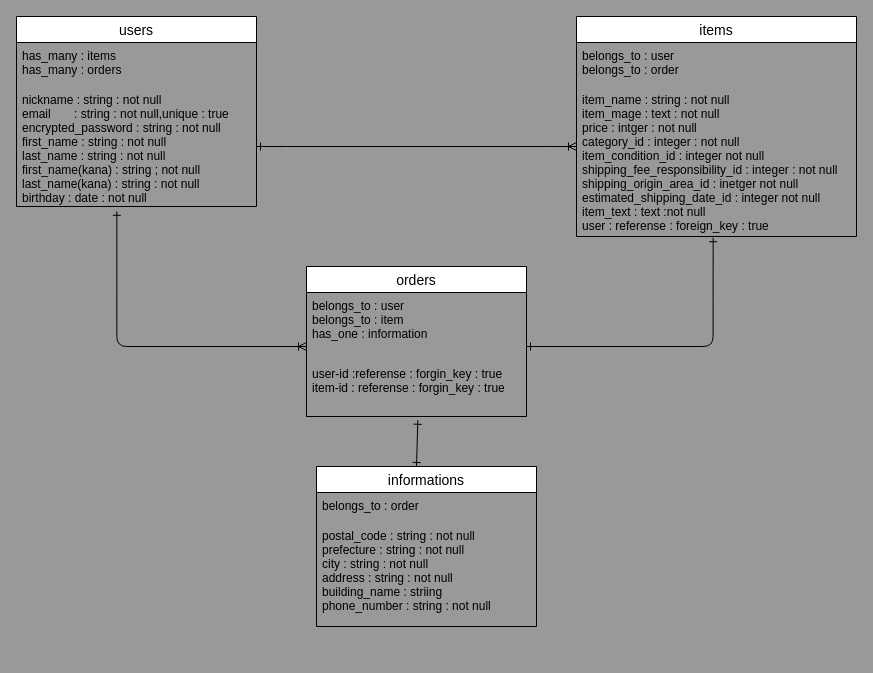
This is furima.dio from ks022564/furima-41030, a draw.io file, before an edit. Source tidied: cells renumbered, new cells numbered last; positions are measured from the earlier drawing's top-left corner, leaving out a move shared by most shapes. Both pictures are drawn from the tidied source at 100%, with x=0, y=0 at pixel (16, 16).
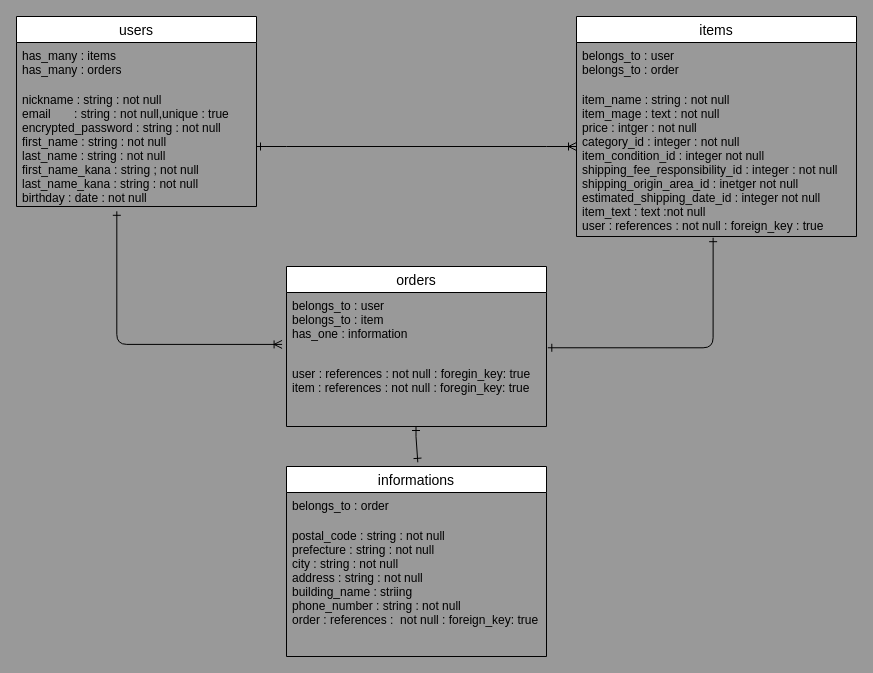
The same diagram, later.

Commit message (it also covers changes not shown here):
ER図、DB設計修正２

The change refers to these unchanged cells:
```xml
<mxCell id="7" value="users" style="swimlane;fontStyle=0;horizontal=1;startSize=26;align=center;fontSize=14;" parent="1" vertex="1">
  <mxGeometry width="240" height="190" as="geometry" />
</mxCell>
<mxCell id="10" value="items" style="swimlane;fontStyle=0;horizontal=1;startSize=26;align=center;fontSize=14;" parent="1" vertex="1">
  <mxGeometry x="560" width="280" height="220" as="geometry" />
</mxCell>
```

Change to the diagram source:
```diff
@@
-    <mxCell id="3" style="endArrow=ERone;html=1;rounded=0;targetPerimeterSpacing=6;exitX=0.506;exitY=1.054;exitDx=0;exitDy=0;entryX=0.5;entryY=0;entryDx=0;entryDy=0;startArrow=ERone;startFill=0;endFill=0;exitPerimeter=0;" parent="1" edge="1" source="6">
+    <mxCell id="3" style="endArrow=ERone;html=1;rounded=0;targetPerimeterSpacing=6;entryX=0.505;entryY=-0.022;entryDx=0;entryDy=0;startArrow=ERone;startFill=0;endFill=0;entryPerimeter=0;" parent="1" edge="1" target="15">
       <mxGeometry relative="1" as="geometry">
-        <mxPoint x="400" y="450" as="targetPoint" />
+        <mxPoint x="399.5" y="410" as="sourcePoint" />
+        <Array as="points">
+          <mxPoint x="399.5" y="410" />
+          <mxPoint x="399.5" y="420" />
+        </Array>
       </mxGeometry>
     </mxCell>
     <mxCell id="4" value="orders" style="swimlane;fontStyle=0;horizontal=1;startSize=26;align=center;fontSize=14;" parent="1" vertex="1">
-      <mxGeometry x="290" y="250" width="220" height="150" as="geometry" />
+      <mxGeometry x="270" y="250" width="260" height="160" as="geometry" />
     </mxCell>
     <mxCell id="5" value="belongs_to : user&#10;belongs_to : item&#10;has_one : information" style="text;strokeColor=none;fillColor=none;spacingLeft=4;spacingRight=4;overflow=hidden;fontSize=12;" parent="4" vertex="1">
-      <mxGeometry y="26" width="220" height="54" as="geometry" />
+      <mxGeometry y="26" width="260" height="54" as="geometry" />
     </mxCell>
-    <mxCell id="6" value="&#10;user-id :referense : forgin_key : true&#10;item-id : referense : forgin_key : true" style="text;strokeColor=none;fillColor=none;spacingLeft=4;spacingRight=4;overflow=hidden;points=[[0,0.5],[1,0.5]];portConstraint=eastwest;fontSize=12;" parent="4" vertex="1">
-      <mxGeometry y="80" width="220" height="70" as="geometry" />
+    <mxCell id="6" value="&#10;user : references : not null : foregin_key: true&#10;item : references : not null : foregin_key: true" style="text;strokeColor=none;fillColor=none;spacingLeft=4;spacingRight=4;overflow=hidden;points=[[0,0.5],[1,0.5]];portConstraint=eastwest;fontSize=12;" parent="4" vertex="1">
+      <mxGeometry y="80" width="260" height="80" as="geometry" />
     </mxCell>
@@
-    <mxCell id="9" value="nickname : string : not null&#10;email       : string : not null,unique : true&#10;encrypted_password : string : not null&#10;first_name : string : not null&#10;last_name : string : not null&#10;first_name(kana) : string ; not null&#10;last_name(kana) : string : not null&#10;birthday : date : not null" style="text;strokeColor=none;fillColor=none;spacingLeft=4;spacingRight=4;overflow=hidden;points=[[0,0.5],[1,0.5]];portConstraint=eastwest;fontSize=12;" parent="7" vertex="1">
+    <mxCell id="9" value="nickname : string : not null&#10;email       : string : not null,unique : true&#10;encrypted_password : string : not null&#10;first_name : string : not null&#10;last_name : string : not null&#10;first_name_kana : string ; not null&#10;last_name_kana : string : not null&#10;birthday : date : not null" style="text;strokeColor=none;fillColor=none;spacingLeft=4;spacingRight=4;overflow=hidden;points=[[0,0.5],[1,0.5]];portConstraint=eastwest;fontSize=12;" parent="7" vertex="1">
       <mxGeometry y="70" width="240" height="120" as="geometry" />
     </mxCell>
@@
-    <mxCell id="12" value="item_name : string : not null&#10;item_mage : text : not null&#10;price : intger : not null&#10;category_id : integer : not null&#10;item_condition_id : integer not null&#10;shipping_fee_responsibility_id : integer : not null&#10;shipping_origin_area_id : inetger not null&#10;estimated_shipping_date_id : integer not null&#10;item_text : text :not null&#10;user : referense : foreign_key : true" style="text;strokeColor=none;fillColor=none;spacingLeft=4;spacingRight=4;overflow=hidden;points=[[0,0.5],[1,0.5]];portConstraint=eastwest;fontSize=12;" parent="10" vertex="1">
+    <mxCell id="12" value="item_name : string : not null&#10;item_mage : text : not null&#10;price : intger : not null&#10;category_id : integer : not null&#10;item_condition_id : integer not null&#10;shipping_fee_responsibility_id : integer : not null&#10;shipping_origin_area_id : inetger not null&#10;estimated_shipping_date_id : integer not null&#10;item_text : text :not null&#10;user : references : not null : foreign_key : true" style="text;strokeColor=none;fillColor=none;spacingLeft=4;spacingRight=4;overflow=hidden;points=[[0,0.5],[1,0.5]];portConstraint=eastwest;fontSize=12;" parent="10" vertex="1">
       <mxGeometry y="70" width="280" height="150" as="geometry" />
     </mxCell>
-    <mxCell id="13" style="edgeStyle=orthogonalEdgeStyle;fontSize=12;html=1;endArrow=ERoneToMany;exitX=0.418;exitY=1.04;exitDx=0;exitDy=0;exitPerimeter=0;startArrow=ERone;startFill=0;" parent="1" edge="1" source="9">
+    <mxCell id="13" style="edgeStyle=orthogonalEdgeStyle;fontSize=12;html=1;endArrow=ERoneToMany;exitX=0.418;exitY=1.04;exitDx=0;exitDy=0;exitPerimeter=0;startArrow=ERone;startFill=0;entryX=-0.017;entryY=-0.026;entryDx=0;entryDy=0;entryPerimeter=0;" parent="1" edge="1" source="9" target="6">
       <mxGeometry relative="1" as="geometry">
-        <mxPoint x="290" y="330" as="targetPoint" />
         <Array as="points">
-          <mxPoint x="100" y="330" />
+          <mxPoint x="100" y="328" />
         </Array>
       </mxGeometry>
     </mxCell>
-    <mxCell id="14" style="edgeStyle=orthogonalEdgeStyle;fontSize=12;html=1;endArrow=ERone;entryX=0.488;entryY=1.008;entryDx=0;entryDy=0;entryPerimeter=0;endFill=0;startArrow=ERone;startFill=0;" parent="1" edge="1" target="12">
+    <mxCell id="14" style="edgeStyle=orthogonalEdgeStyle;fontSize=12;html=1;endArrow=ERone;entryX=0.488;entryY=1.008;entryDx=0;entryDy=0;entryPerimeter=0;endFill=0;startArrow=ERone;startFill=0;exitX=1.005;exitY=0.016;exitDx=0;exitDy=0;exitPerimeter=0;" parent="1" edge="1" source="6" target="12">
       <mxGeometry relative="1" as="geometry">
-        <mxPoint x="510" y="330" as="sourcePoint" />
         <Array as="points">
-          <mxPoint x="697" y="330" />
+          <mxPoint x="697" y="331" />
         </Array>
       </mxGeometry>
     </mxCell>
     <mxCell id="15" value="informations" style="swimlane;fontStyle=0;horizontal=1;startSize=26;align=center;fontSize=14;" parent="1" vertex="1">
-      <mxGeometry x="300" y="450" width="220" height="160" as="geometry" />
+      <mxGeometry x="270" y="450" width="260" height="190" as="geometry" />
     </mxCell>
     <mxCell id="16" value="belongs_to : order" style="text;strokeColor=none;fillColor=none;spacingLeft=4;spacingRight=4;overflow=hidden;fontSize=12;" parent="15" vertex="1">
-      <mxGeometry y="26" width="220" height="30" as="geometry" />
+      <mxGeometry y="26" width="260" height="30" as="geometry" />
     </mxCell>
-    <mxCell id="17" value="postal_code : string : not null&#10;prefecture : string : not null&#10;city : string : not null&#10;address : string : not null&#10;building_name : striing&#10;phone_number : string : not null" style="text;strokeColor=none;fillColor=none;spacingLeft=4;spacingRight=4;overflow=hidden;fontSize=12;" parent="15" vertex="1">
-      <mxGeometry y="56" width="220" height="104" as="geometry" />
+    <mxCell id="17" value="postal_code : string : not null&#10;prefecture : string : not null&#10;city : string : not null&#10;address : string : not null&#10;building_name : striing&#10;phone_number : string : not null&#10;order : references :  not null : foreign_key: true" style="text;strokeColor=none;fillColor=none;spacingLeft=4;spacingRight=4;overflow=hidden;fontSize=12;" parent="15" vertex="1">
+      <mxGeometry y="56" width="260" height="134" as="geometry" />
     </mxCell>
```
